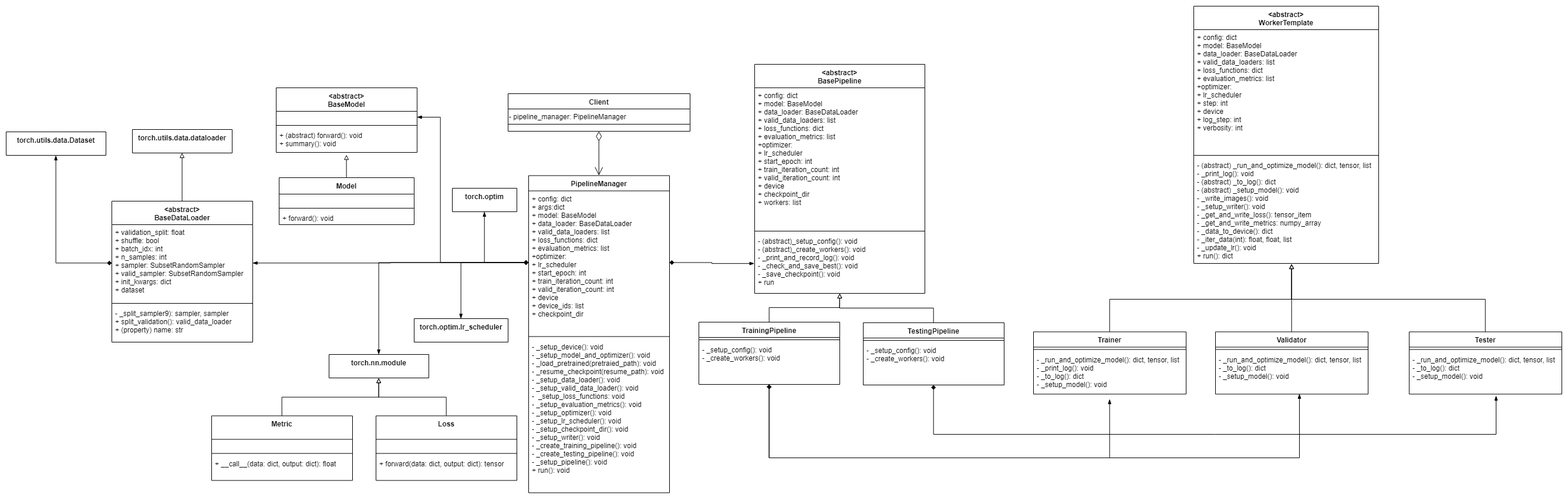
This is doc/PytorchTemplate-initialDesgin.png from ntubiolin/xcos, a draw.io export, as it was before one commit. Source tidied: cells renumbered, new cells last; positions are measured from the earlier drawing's top-left corner, leaving out a move shared by most shapes.
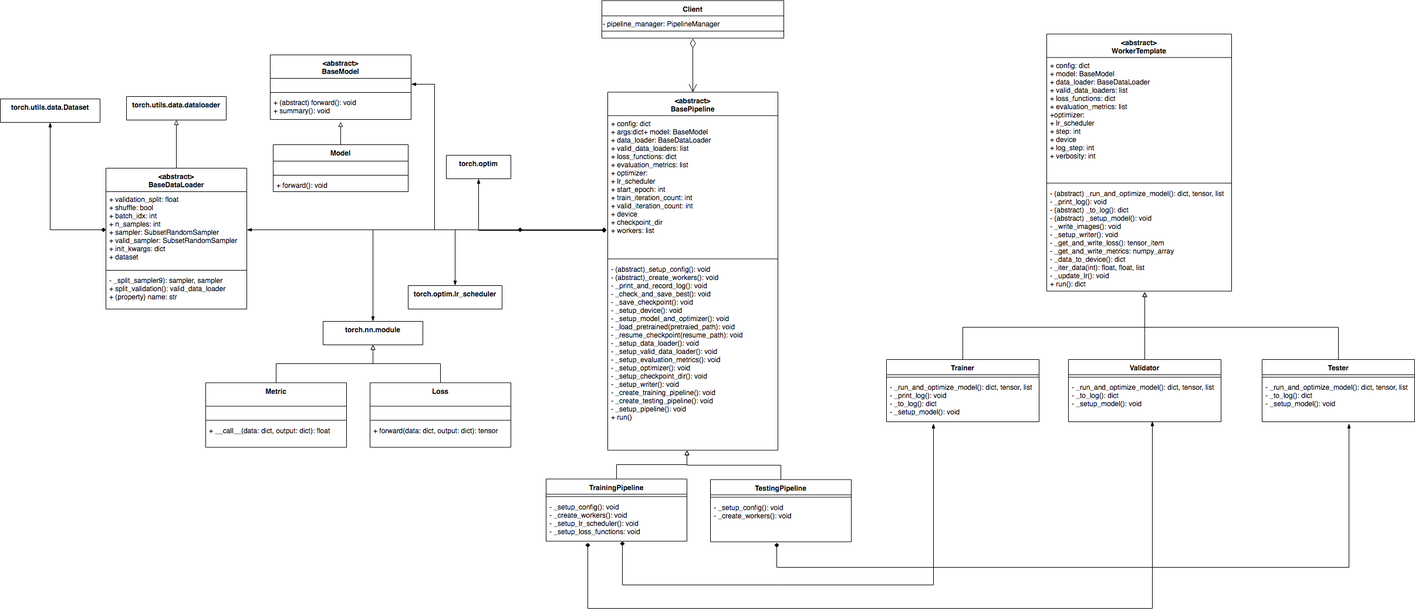
Above is the later version.

Commit message:
Update class diagram.

Change to the diagram source:
```diff
@@ -4,16 +4,4 @@
     <mxCell id="1" parent="0" />
-    <mxCell id="2" value="PipelineManager" style="swimlane;fontStyle=1;align=center;verticalAlign=top;horizontal=1;startSize=26;" parent="1" vertex="1">
-      <mxGeometry x="890" y="288.5" width="240" height="540" as="geometry" />
-    </mxCell>
-    <mxCell id="3" value="+ config: dict&#10;+ args:dict&#10;+ model: BaseModel&#10;+ data_loader: BaseDataLoader&#10;+ valid_data_loaders: list&#10;+ loss_functions: dict&#10;+ evaluation_metrics: list&#10;+optimizer: &#10;+ lr_scheduler&#10;+ start_epoch: int&#10;+ train_iteration_count: int&#10;+ valid_iteration_count: int&#10;+ device&#10;+ device_ids: list&#10;+ checkpoint_dir&#10;&#10;&#10;&#10;" style="text;strokeColor=none;fillColor=none;align=left;verticalAlign=top;spacingLeft=4;spacingRight=4;overflow=hidden;points=[[0,0.5],[1,0.5]];portConstraint=eastwest;" parent="2" vertex="1">
-      <mxGeometry y="26" width="240" height="244" as="geometry" />
-    </mxCell>
-    <mxCell id="4" style="line;strokeWidth=1;fillColor=none;align=left;verticalAlign=middle;spacingTop=-1;spacingLeft=3;spacingRight=3;labelPosition=right;" parent="2" vertex="1">
-      <mxGeometry y="270" width="240" height="8" as="geometry" />
-    </mxCell>
-    <mxCell id="5" value="- _setup_device(): void&#10;- _setup_model_and_optimizer(): void&#10;- _load_pretrained(pretraied_path): void&#10;- _resume_checkpoint(resume_path): void&#10;- _setup_data_loader(): void&#10;- _setup_valid_data_loader(): void&#10;-  _setup_loss_functions: void&#10;- _setup_evaluation_metrics(): void&#10;- _setup_optimizer(): void&#10;- _setup_lr_scheduler(): void&#10;- _setup_checkpoint_dir(): void&#10;- _setup_writer(): void&#10;- _create_training_pipeline(): void&#10;- _create_testing_pipeline(): void&#10;- _setup_pipeline(): void&#10;+ run(): void&#10;" style="text;strokeColor=none;fillColor=none;align=left;verticalAlign=top;spacingLeft=4;spacingRight=4;overflow=hidden;" parent="2" vertex="1">
-      <mxGeometry y="278" width="240" height="262" as="geometry" />
-    </mxCell>
     <mxCell id="6" value="Client" style="swimlane;fontStyle=1;align=center;verticalAlign=top;horizontal=1;startSize=26;" parent="1" vertex="1">
-      <mxGeometry x="855" y="149" width="310" height="64" as="geometry" />
+      <mxGeometry x="1025" y="46.5" width="310" height="64" as="geometry" />
     </mxCell>
@@ -25,7 +13,7 @@
     </mxCell>
-    <mxCell id="9" value="&lt;div&gt;&lt;br&gt;&lt;/div&gt;" style="endArrow=open;html=1;endSize=12;startArrow=diamondThin;startSize=14;startFill=0;edgeStyle=orthogonalEdgeStyle;align=left;verticalAlign=bottom;exitX=0.5;exitY=1;exitDx=0;exitDy=0;entryX=0.5;entryY=0;entryDx=0;entryDy=0;" parent="1" edge="1" source="6" target="2">
+    <mxCell id="9" value="&lt;div&gt;&lt;br&gt;&lt;/div&gt;" style="endArrow=open;html=1;endSize=12;startArrow=diamondThin;startSize=14;startFill=0;edgeStyle=orthogonalEdgeStyle;align=left;verticalAlign=bottom;exitX=0.5;exitY=1;exitDx=0;exitDy=0;entryX=0.5;entryY=0;entryDx=0;entryDy=0;" parent="1" edge="1" source="6" target="10">
       <mxGeometry x="-1" y="3" relative="1" as="geometry">
         <Array as="points">
-          <mxPoint x="1010" y="229" />
-          <mxPoint x="1010" y="229" />
+          <mxPoint x="1180" y="152.5" />
+          <mxPoint x="1180" y="152.5" />
         </Array>
@@ -34,5 +22,5 @@
     <mxCell id="10" value="&lt;abstract&gt;&#10;BasePipeline" style="swimlane;fontStyle=1;align=center;verticalAlign=top;horizontal=1;startSize=40;" parent="1" vertex="1">
-      <mxGeometry x="1275" y="99" width="290" height="390" as="geometry" />
+      <mxGeometry x="1035" y="202.5" width="290" height="610" as="geometry" />
     </mxCell>
-    <mxCell id="11" value="+ config: dict&#10;+ model: BaseModel&#10;+ data_loader: BaseDataLoader&#10;+ valid_data_loaders: list&#10;+ loss_functions: dict&#10;+ evaluation_metrics: list&#10;+optimizer: &#10;+ lr_scheduler&#10;+ start_epoch: int&#10;+ train_iteration_count: int&#10;+ valid_iteration_count: int&#10;+ device&#10;+ checkpoint_dir&#10;+ workers: list&#10;&#10;&#10;&#10;" style="text;strokeColor=none;fillColor=none;align=left;verticalAlign=top;spacingLeft=4;spacingRight=4;overflow=hidden;points=[[0,0.5],[1,0.5]];portConstraint=eastwest;" parent="10" vertex="1">
+    <mxCell id="11" value="+ config: dict&#10;+ args:dict+ model: BaseModel&#10;+ data_loader: BaseDataLoader&#10;+ valid_data_loaders: list&#10;+ loss_functions: dict&#10;+ evaluation_metrics: list&#10;+ optimizer: &#10;+ lr_scheduler&#10;+ start_epoch: int&#10;+ train_iteration_count: int&#10;+ valid_iteration_count: int&#10;+ device&#10;+ checkpoint_dir&#10;+ workers: list&#10;&#10;&#10;&#10;" style="text;strokeColor=none;fillColor=none;align=left;verticalAlign=top;spacingLeft=4;spacingRight=4;overflow=hidden;points=[[0,0.5],[1,0.5]];portConstraint=eastwest;" parent="10" vertex="1">
       <mxGeometry y="40" width="290" height="240" as="geometry" />
@@ -42,4 +30,4 @@
     </mxCell>
-    <mxCell id="13" value="- (abstract)_setup_config(): void&#10;- (abstract)_create_workers(): void&#10;- _print_and_record_log(): void&#10;- _check_and_save_best(): void&#10;- _save_checkpoint(): void&#10;+ run  " style="text;strokeColor=none;fillColor=none;align=left;verticalAlign=top;spacingLeft=4;spacingRight=4;overflow=hidden;points=[[0,0.5],[1,0.5]];portConstraint=eastwest;" parent="10" vertex="1">
-      <mxGeometry y="288" width="290" height="102" as="geometry" />
+    <mxCell id="13" value="- (abstract)_setup_config(): void&#10;- (abstract)_create_workers(): void&#10;- _print_and_record_log(): void&#10;- _check_and_save_best(): void&#10;- _save_checkpoint(): void&#10;- _setup_device(): void&#10;- _setup_model_and_optimizer(): void&#10;- _load_pretrained(pretraied_path): void&#10;- _resume_checkpoint(resume_path): void&#10;- _setup_data_loader(): void&#10;- _setup_valid_data_loader(): void&#10;- _setup_evaluation_metrics(): void&#10;- _setup_optimizer(): void&#10;- _setup_checkpoint_dir(): void&#10;- _setup_writer(): void&#10;- _create_training_pipeline(): void&#10;- _create_testing_pipeline(): void&#10;- _setup_pipeline(): void&#10;+ run()&#10;" style="text;strokeColor=none;fillColor=none;align=left;verticalAlign=top;spacingLeft=4;spacingRight=4;overflow=hidden;points=[[0,0.5],[1,0.5]];portConstraint=eastwest;" parent="10" vertex="1">
+      <mxGeometry y="288" width="290" height="322" as="geometry" />
     </mxCell>
@@ -47,3 +35,3 @@
       <mxGeometry relative="1" as="geometry">
-        <mxPoint x="1420" y="489" as="targetPoint" />
+        <mxPoint x="1170" y="812.5" as="targetPoint" />
       </mxGeometry>
@@ -51,3 +39,3 @@
     <mxCell id="15" value="TrainingPipeline" style="swimlane;fontStyle=1;align=center;verticalAlign=top;horizontal=1;startSize=26;" parent="1" vertex="1">
-      <mxGeometry x="1180" y="538" width="240" height="106" as="geometry" />
+      <mxGeometry x="930" y="861.5" width="240" height="106" as="geometry" />
     </mxCell>
@@ -56,3 +44,3 @@
     </mxCell>
-    <mxCell id="17" value="- _setup_config(): void&#10;- _create_workers(): void" style="text;strokeColor=none;fillColor=none;align=left;verticalAlign=top;spacingLeft=4;spacingRight=4;overflow=hidden;points=[[0,0.5],[1,0.5]];portConstraint=eastwest;" parent="15" vertex="1">
+    <mxCell id="17" value="- _setup_config(): void&#10;- _create_workers(): void&#10;- _setup_lr_scheduler(): void&#10;- _setup_loss_functions: void&#10;" style="text;strokeColor=none;fillColor=none;align=left;verticalAlign=top;spacingLeft=4;spacingRight=4;overflow=hidden;points=[[0,0.5],[1,0.5]];portConstraint=eastwest;" parent="15" vertex="1">
       <mxGeometry y="34" width="240" height="72" as="geometry" />
@@ -61,3 +49,3 @@
       <mxGeometry relative="1" as="geometry">
-        <mxPoint x="1420" y="489" as="targetPoint" />
+        <mxPoint x="1170" y="812.5" as="targetPoint" />
       </mxGeometry>
@@ -65,3 +53,3 @@
     <mxCell id="19" value="TestingPipeline" style="swimlane;fontStyle=1;align=center;verticalAlign=top;horizontal=1;startSize=26;" parent="1" vertex="1">
-      <mxGeometry x="1460" y="539" width="240" height="106" as="geometry" />
+      <mxGeometry x="1210" y="862.5" width="240" height="106" as="geometry" />
     </mxCell>
@@ -74,3 +62,3 @@
     <mxCell id="22" value="&lt;abstract&gt;&#10;WorkerTemplate" style="swimlane;fontStyle=1;align=center;verticalAlign=top;horizontal=1;startSize=40;" parent="1" vertex="1">
-      <mxGeometry x="2023" width="315" height="438" as="geometry" />
+      <mxGeometry x="1783" y="103.5" width="315" height="438" as="geometry" />
     </mxCell>
@@ -88,4 +76,4 @@
         <Array as="points">
-          <mxPoint x="1880" y="499" />
-          <mxPoint x="2190" y="499" />
+          <mxPoint x="1640" y="602.5" />
+          <mxPoint x="1950" y="602.5" />
         </Array>
@@ -94,3 +82,3 @@
     <mxCell id="27" value="Trainer" style="swimlane;fontStyle=1;align=center;verticalAlign=top;horizontal=1;startSize=26;" parent="1" vertex="1">
-      <mxGeometry x="1750" y="554.5" width="260" height="106" as="geometry" />
+      <mxGeometry x="1510" y="658" width="260" height="106" as="geometry" />
     </mxCell>
@@ -105,4 +93,4 @@
         <Array as="points">
-          <mxPoint x="2190" y="509" />
-          <mxPoint x="2190" y="509" />
+          <mxPoint x="1950" y="612.5" />
+          <mxPoint x="1950" y="612.5" />
         </Array>
@@ -111,3 +99,3 @@
     <mxCell id="31" value="Validator" style="swimlane;fontStyle=1;align=center;verticalAlign=top;horizontal=1;startSize=26;" parent="1" vertex="1">
-      <mxGeometry x="2060" y="554.5" width="260" height="106" as="geometry" />
+      <mxGeometry x="1820" y="658" width="260" height="106" as="geometry" />
     </mxCell>
@@ -121,6 +109,6 @@
       <mxGeometry relative="1" as="geometry">
-        <mxPoint x="2190" y="439" as="targetPoint" />
+        <mxPoint x="1950" y="542.5" as="targetPoint" />
         <Array as="points">
-          <mxPoint x="2520" y="499" />
-          <mxPoint x="2190" y="499" />
+          <mxPoint x="2280" y="602.5" />
+          <mxPoint x="1950" y="602.5" />
         </Array>
@@ -129,3 +117,3 @@
     <mxCell id="35" value="Tester" style="swimlane;fontStyle=1;align=center;verticalAlign=top;horizontal=1;startSize=26;" parent="1" vertex="1">
-      <mxGeometry x="2390" y="554.5" width="260" height="106" as="geometry" />
+      <mxGeometry x="2150" y="658" width="260" height="106" as="geometry" />
     </mxCell>
@@ -149,4 +137,5 @@
     </mxCell>
-    <mxCell id="42" style="edgeStyle=orthogonalEdgeStyle;rounded=0;jettySize=auto;html=1;entryX=1;entryY=0.5;entryDx=0;entryDy=0;startArrow=diamondThin;startFill=1;endArrow=blockThin;endFill=1;" parent="1" edge="1" source="3" target="39">
+    <mxCell id="42" style="edgeStyle=orthogonalEdgeStyle;rounded=0;jettySize=auto;html=1;entryX=1;entryY=0.5;entryDx=0;entryDy=0;startArrow=diamondThin;startFill=1;endArrow=blockThin;endFill=1;" parent="1" edge="1" target="39">
       <mxGeometry relative="1" as="geometry">
+        <mxPoint x="890" y="437" as="sourcePoint" />
         <Array as="points">
@@ -181,4 +170,6 @@
     </mxCell>
-    <mxCell id="51" style="edgeStyle=orthogonalEdgeStyle;rounded=0;jettySize=auto;html=1;startArrow=none;startFill=0;endArrow=blockThin;endFill=1;entryX=0.5;entryY=0;entryDx=0;entryDy=0;" parent="1" edge="1" source="3" target="57">
-      <mxGeometry relative="1" as="geometry" />
+    <mxCell id="51" style="edgeStyle=orthogonalEdgeStyle;rounded=0;jettySize=auto;html=1;startArrow=none;startFill=0;endArrow=blockThin;endFill=1;entryX=0.5;entryY=0;entryDx=0;entryDy=0;" parent="1" edge="1" target="57">
+      <mxGeometry relative="1" as="geometry">
+        <mxPoint x="890" y="437" as="sourcePoint" />
+      </mxGeometry>
     </mxCell>
@@ -217,13 +208,12 @@
     </mxCell>
-    <mxCell id="63" style="edgeStyle=orthogonalEdgeStyle;rounded=0;jettySize=auto;html=1;exitX=0;exitY=0.5;exitDx=0;exitDy=0;entryX=1;entryY=0.5;entryDx=0;entryDy=0;startArrow=diamond;startFill=1;endArrow=blockThin;endFill=1;" parent="1" edge="1" source="3" target="45">
-      <mxGeometry relative="1" as="geometry" />
+    <mxCell id="63" style="edgeStyle=orthogonalEdgeStyle;rounded=0;jettySize=auto;html=1;exitX=0;exitY=0.5;exitDx=0;exitDy=0;entryX=1;entryY=0.5;entryDx=0;entryDy=0;startArrow=diamond;startFill=1;endArrow=blockThin;endFill=1;" parent="1" edge="1" target="45">
+      <mxGeometry relative="1" as="geometry">
+        <mxPoint x="890" y="437" as="sourcePoint" />
+      </mxGeometry>
     </mxCell>
-    <mxCell id="64" style="edgeStyle=orthogonalEdgeStyle;rounded=0;jettySize=auto;html=1;exitX=1;exitY=0.5;exitDx=0;exitDy=0;entryX=0;entryY=0.5;entryDx=0;entryDy=0;startArrow=diamond;startFill=1;endArrow=blockThin;endFill=1;" parent="1" edge="1" source="3" target="13">
-      <mxGeometry relative="1" as="geometry" />
-    </mxCell>
-    <mxCell id="65" style="edgeStyle=orthogonalEdgeStyle;rounded=0;jettySize=auto;html=1;startArrow=diamond;startFill=1;endArrow=blockThin;endFill=1;entryX=0.5;entryY=1.118;entryDx=0;entryDy=0;entryPerimeter=0;" parent="1" edge="1" source="17" target="29">
+    <mxCell id="65" style="edgeStyle=orthogonalEdgeStyle;rounded=0;jettySize=auto;html=1;startArrow=diamond;startFill=1;endArrow=blockThin;endFill=1;entryX=0.308;entryY=1.042;entryDx=0;entryDy=0;entryPerimeter=0;" parent="1" edge="1" source="17" target="29">
       <mxGeometry relative="1" as="geometry">
         <Array as="points">
-          <mxPoint x="1300" y="769" />
-          <mxPoint x="1880" y="769" />
+          <mxPoint x="1060" y="1042" />
+          <mxPoint x="1590" y="1042" />
         </Array>
@@ -231,7 +221,7 @@
     </mxCell>
-    <mxCell id="66" style="edgeStyle=orthogonalEdgeStyle;rounded=0;jettySize=auto;html=1;entryX=0.55;entryY=0.993;entryDx=0;entryDy=0;entryPerimeter=0;startArrow=diamond;startFill=1;endArrow=blockThin;endFill=1;" parent="1" edge="1" source="17" target="33">
+    <mxCell id="66" style="edgeStyle=orthogonalEdgeStyle;rounded=0;jettySize=auto;html=1;entryX=0.55;entryY=0.993;entryDx=0;entryDy=0;entryPerimeter=0;startArrow=diamond;startFill=1;endArrow=blockThin;endFill=1;exitX=0.296;exitY=1.035;exitDx=0;exitDy=0;exitPerimeter=0;" parent="1" edge="1" source="17" target="33">
       <mxGeometry relative="1" as="geometry">
         <Array as="points">
-          <mxPoint x="1300" y="769" />
-          <mxPoint x="2203" y="769" />
+          <mxPoint x="1001" y="1082" />
+          <mxPoint x="1963" y="1082" />
         </Array>
@@ -239,7 +229,7 @@
     </mxCell>
-    <mxCell id="67" style="edgeStyle=orthogonalEdgeStyle;rounded=0;jettySize=auto;html=1;entryX=0.569;entryY=1.035;entryDx=0;entryDy=0;entryPerimeter=0;startArrow=diamond;startFill=1;endArrow=blockThin;endFill=1;" parent="1" edge="1" source="21" target="37">
+    <mxCell id="67" style="edgeStyle=orthogonalEdgeStyle;rounded=0;jettySize=auto;html=1;entryX=0.569;entryY=1.035;entryDx=0;entryDy=0;entryPerimeter=0;startArrow=diamond;startFill=1;endArrow=blockThin;endFill=1;exitX=0.469;exitY=1.014;exitDx=0;exitDy=0;exitPerimeter=0;" parent="1" edge="1" source="21" target="37">
       <mxGeometry relative="1" as="geometry">
         <Array as="points">
-          <mxPoint x="1580" y="729" />
-          <mxPoint x="2538" y="729" />
+          <mxPoint x="1323" y="1012" />
+          <mxPoint x="2298" y="1012" />
         </Array>
@@ -250,3 +240,3 @@
     </mxCell>
-    <mxCell id="69" style="edgeStyle=orthogonalEdgeStyle;rounded=0;jettySize=auto;html=1;entryX=0.5;entryY=1;entryDx=0;entryDy=0;startArrow=diamond;startFill=1;endArrow=blockThin;endFill=1;" parent="1" edge="1" source="3" target="68">
+    <mxCell id="69" style="edgeStyle=orthogonalEdgeStyle;rounded=0;jettySize=auto;html=1;entryX=0.5;entryY=1;entryDx=0;entryDy=0;startArrow=diamond;startFill=1;endArrow=blockThin;endFill=1;exitX=-0.007;exitY=0.815;exitDx=0;exitDy=0;exitPerimeter=0;" parent="1" edge="1" source="11" target="68">
       <mxGeometry relative="1" as="geometry" />
@@ -271,3 +261,3 @@
     </mxCell>
-    <mxCell id="76" style="edgeStyle=orthogonalEdgeStyle;rounded=0;jettySize=auto;html=1;exitX=0;exitY=0.5;exitDx=0;exitDy=0;entryX=0.5;entryY=0;entryDx=0;entryDy=0;startArrow=diamond;startFill=1;endArrow=blockThin;endFill=1;" parent="1" edge="1" source="3" target="75">
+    <mxCell id="76" style="edgeStyle=orthogonalEdgeStyle;rounded=0;jettySize=auto;html=1;exitX=-0.007;exitY=0.81;exitDx=0;exitDy=0;entryX=0.5;entryY=0;entryDx=0;entryDy=0;startArrow=diamond;startFill=1;endArrow=blockThin;endFill=1;exitPerimeter=0;" parent="1" edge="1" source="11" target="75">
       <mxGeometry relative="1" as="geometry" />
```
